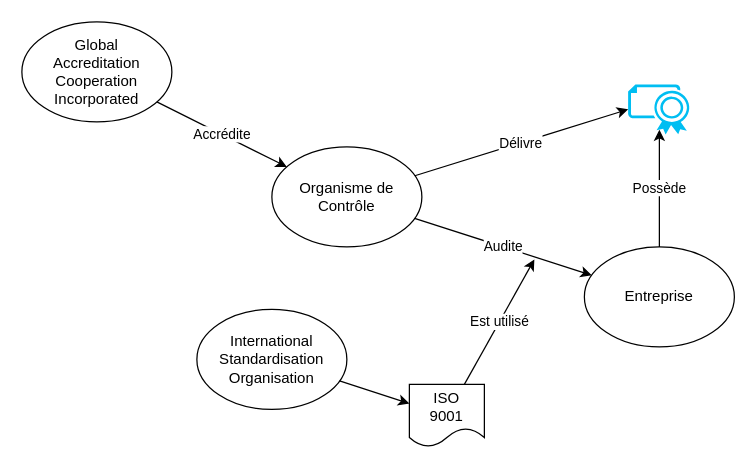
Earlier version of the draw.io diagram b-UnitesEnseignement/séquences/assets/Certification.drawio (ETML-INF/254-ProcessusMetier). Source tidied: cells renumbered, new cells numbered last; positions are measured from the earlier drawing's top-left corner, leaving out a move shared by most shapes. Both pictures are drawn from the tidied source at 125%, with x=0, y=0 at pixel (21, 21).
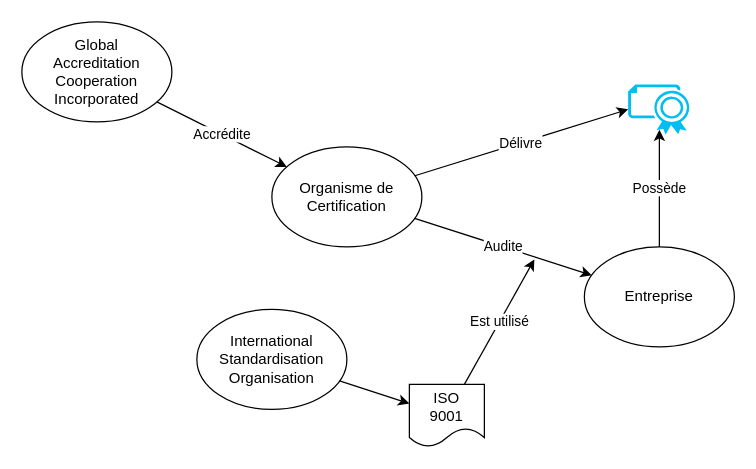
After the change.

What changed in the source:
```diff
@@
 <mxGraphModel>
   <root>
     <mxCell id="0" />
     <mxCell id="1" parent="0" />
     <mxCell id="2" value="Global&lt;br&gt;Accreditation&lt;br&gt;Cooperation&lt;br&gt;Incorporated" style="ellipse;whiteSpace=wrap;html=1;" parent="1" vertex="1">
       <mxGeometry width="120" height="80" as="geometry" />
     </mxCell>
-    <mxCell id="3" value="Organisme de&lt;br&gt;Contrôle" style="ellipse;whiteSpace=wrap;html=1;" parent="1" vertex="1">
+    <mxCell id="3" value="Organisme de&lt;br&gt;Certification" style="ellipse;whiteSpace=wrap;html=1;" parent="1" vertex="1">
       <mxGeometry x="200" y="100" width="120" height="80" as="geometry" />
     </mxCell>
     <mxCell id="4" value="International&lt;br&gt;Standardisation&lt;br&gt;Organisation" style="ellipse;whiteSpace=wrap;html=1;" parent="1" vertex="1">
       <mxGeometry x="140" y="230" width="120" height="80" as="geometry" />
     </mxCell>
     <mxCell id="5" value="Entreprise" style="ellipse;whiteSpace=wrap;html=1;" parent="1" vertex="1">
       <mxGeometry x="450" y="180" width="120" height="80" as="geometry" />
     </mxCell>
     <mxCell id="6" value="Accrédite" style="endArrow=classic;html=1;" parent="1" edge="1" source="2" target="3">
       <mxGeometry relative="1" as="geometry" />
     </mxCell>
     <mxCell id="7" value="Audite" style="endArrow=classic;html=1;" parent="1" edge="1" source="3" target="5">
       <mxGeometry relative="1" as="geometry" />
     </mxCell>
     <mxCell id="8" style="endArrow=classic;html=1;" parent="1" edge="1" source="4" target="10">
       <mxGeometry relative="1" as="geometry" />
     </mxCell>
     <mxCell id="9" value="Est utilisé" style="endArrow=classic;html=1;" parent="1" edge="1" source="10">
       <mxGeometry relative="1" as="geometry">
         <mxPoint x="410" y="190" as="targetPoint" />
       </mxGeometry>
     </mxCell>
     <mxCell id="10" value="ISO&lt;br&gt;9001" style="shape=document;whiteSpace=wrap;html=1;boundedLbl=1;" parent="1" vertex="1">
       <mxGeometry x="310" y="290" width="60" height="50" as="geometry" />
     </mxCell>
     <mxCell id="11" style="verticalLabelPosition=bottom;html=1;verticalAlign=top;align=center;strokeColor=none;fillColor=#00BEF2;shape=mxgraph.azure.certificate;" parent="1" vertex="1">
       <mxGeometry x="485" y="50" width="50" height="40" as="geometry" />
     </mxCell>
     <mxCell id="12" value="Délivre" style="endArrow=classic;html=1;entryX=0;entryY=0.5;entryDx=0;entryDy=0;entryPerimeter=0;" parent="1" edge="1" source="3" target="11">
       <mxGeometry relative="1" as="geometry" />
     </mxCell>
     <mxCell id="13" value="Possède" style="endArrow=classic;html=1;entryX=0.5;entryY=0.905;entryDx=0;entryDy=0;entryPerimeter=0;" parent="1" edge="1" source="5" target="11">
       <mxGeometry relative="1" as="geometry" />
     </mxCell>
   </root>
 </mxGraphModel>
```
